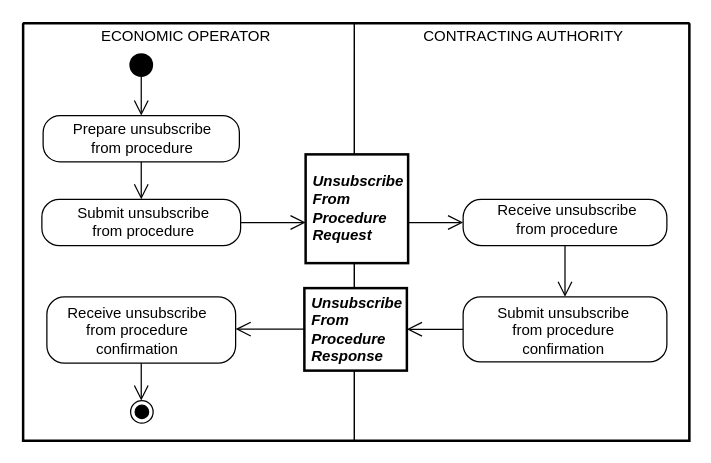
Before: diagrams/UBL-2.2-Tender-UnsubscribeFromProcedure/UBL-2.2-Tender-UnsubscribeFromProcedure.drawio in kduvekot/ubl-work-on-svg-images, a draw.io diagram. Source tidied: cells renumbered, new cells numbered last; positions are measured from the earlier drawing's top-left corner, leaving out a move shared by most shapes. Both pictures are drawn from the tidied source at 125%, with x=0, y=0 at pixel (22, 22).
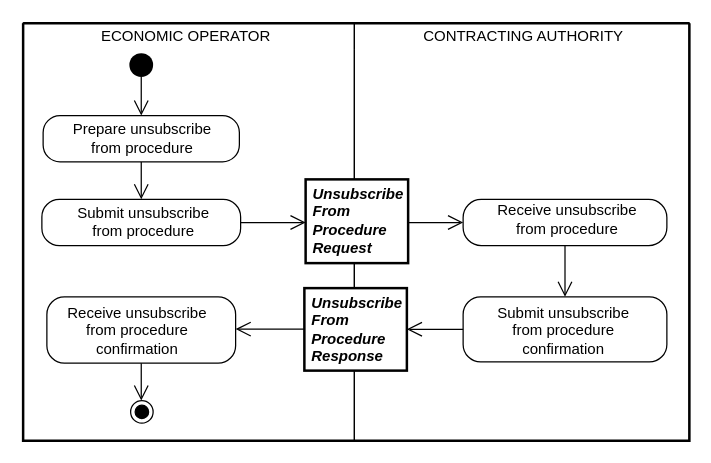
The same page after the edit.

Unchanged cells that the change refers to:
```xml
<mxCell id="2" style="swimlane;html=1;startSize=0;whiteSpace=wrap;fillColor=none;strokeWidth=2;" parent="1" vertex="1">
  <mxGeometry width="533" height="334" as="geometry" />
</mxCell>
<mxCell id="4" value="CONTRACTING AUTHORITY" style="swimlane;horizontal=1;startSize=21;swimlaneLine=0;html=1;fillColor=none;fontStyle=0;spacing=0;spacingLeft=2;" parent="2" vertex="1">
  <mxGeometry x="265" width="268" height="334" as="geometry" />
</mxCell>
<mxCell id="8" value="Submit unsubscribe&lt;br&gt;from procedure" style="rounded=1;absoluteArcSize=1;arcSize=28;html=1;whiteSpace=nowrap;fontStyle=0;align=center;verticalAlign=middle;spacing=0;spacingLeft=2;spacingBottom=1;" parent="3" vertex="1">
  <mxGeometry x="15" y="141" width="159" height="37" as="geometry" />
</mxCell>
<mxCell id="9" value="Receive unsubscribe&lt;br&gt;from procedure" style="rounded=1;absoluteArcSize=1;arcSize=29;html=1;whiteSpace=nowrap;fontStyle=0;align=center;verticalAlign=middle;spacing=0;spacingLeft=2;spacingBottom=5;" parent="4" vertex="1">
  <mxGeometry x="87" y="141" width="163" height="37" as="geometry" />
</mxCell>
```

Change to the diagram source:
```diff
@@
     <mxCell id="7" value="Unsubscribe&lt;br&gt;From&lt;br&gt;Procedure&lt;br&gt;Request" style="rounded=0;html=1;whiteSpace=nowrap;fontStyle=3;align=left;verticalAlign=middle;spacing=0;spacingLeft=6;spacingBottom=1;strokeWidth=2;" parent="4" vertex="1">
-      <mxGeometry x="-39" y="105" width="82" height="87" as="geometry" />
+      <mxGeometry x="-39" y="125" width="82" height="67" as="geometry" />
     </mxCell>
@@
-    <mxCell id="16" style="edgeStyle=none;rounded=0;html=1;endArrow=open;endFill=0;endSize=10;exitX=1;exitY=0.5;exitPerimeter=0;entryPerimeter=0;entryX=0;entryY=0.626437;" parent="2" edge="1" source="8" target="7">
+    <mxCell id="16" style="edgeStyle=none;rounded=0;html=1;endArrow=open;endFill=0;endSize=10;exitX=1;exitY=0.5;exitPerimeter=0;entryPerimeter=0;entryX=0;entryY=0.514926;" parent="2" edge="1" source="8" target="7">
       <mxGeometry relative="1" as="geometry" />
     </mxCell>
-    <mxCell id="17" style="edgeStyle=none;rounded=0;html=1;endArrow=open;endFill=0;endSize=10;exitPerimeter=0;entryX=0;entryY=0.5;entryPerimeter=0;exitX=1;exitY=0.626437;" parent="4" edge="1" source="7" target="9">
+    <mxCell id="17" style="edgeStyle=none;rounded=0;html=1;endArrow=open;endFill=0;endSize=10;exitPerimeter=0;entryX=0;entryY=0.5;entryPerimeter=0;exitX=1;exitY=0.514926;" parent="4" edge="1" source="7" target="9">
       <mxGeometry relative="1" as="geometry" />
     </mxCell>
```
